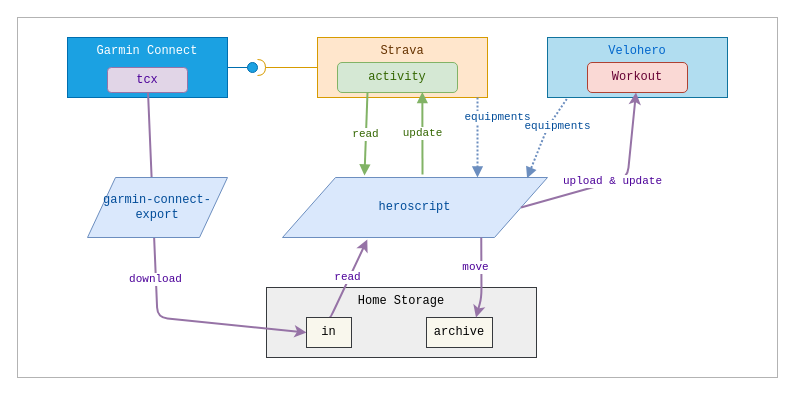
Above: design/Diagram.drawio in chs8691/heroscript (draw.io), before the change. Source tidied: cells renumbered, new cells numbered last; positions are measured from the earlier drawing's top-left corner, leaving out a move shared by most shapes. Both pictures are drawn from the tidied source at 100%, with x=0, y=0 at pixel (17, 17).
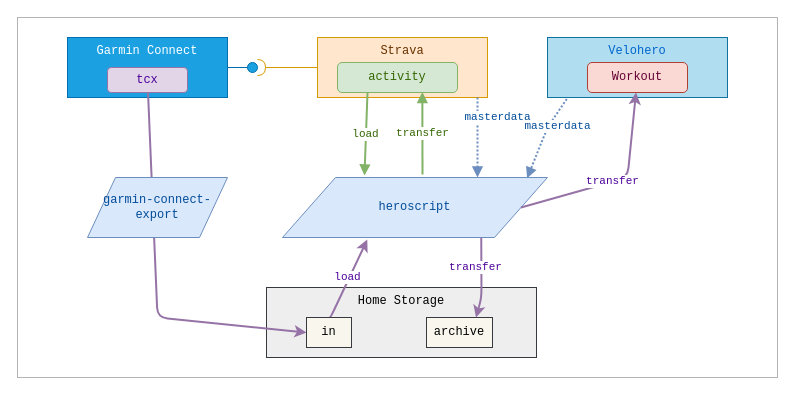
The same diagram, later.

Commit message (it also covers changes not shown here):
commands diagram added

Unchanged cells that the change refers to:
```xml
<mxCell id="5" value="Velohero" style="rounded=0;whiteSpace=wrap;html=1;verticalAlign=top;fillColor=#b1ddf0;strokeColor=#10739e;fontColor=#0066CC;fontFamily=Courier New;" parent="1" vertex="1">
  <mxGeometry x="530" y="20" width="180" height="60" as="geometry" />
</mxCell>
<mxCell id="11" value="heroscript" style="shape=parallelogram;perimeter=parallelogramPerimeter;whiteSpace=wrap;html=1;fillColor=#dae8fc;strokeColor=#6c8ebf;fontColor=#004C99;fontFamily=Courier New;" parent="1" vertex="1">
  <mxGeometry x="265" y="160" width="265" height="60" as="geometry" />
</mxCell>
<mxCell id="17" value="activity" style="rounded=1;whiteSpace=wrap;html=1;fontFamily=Courier New;fillColor=#d5e8d4;strokeColor=#82b366;fontColor=#336600;" parent="1" vertex="1">
  <mxGeometry x="320" y="45" width="120" height="30" as="geometry" />
</mxCell>
<mxCell id="19" value="tcx" style="rounded=1;whiteSpace=wrap;html=1;fontFamily=Courier New;fillColor=#e1d5e7;strokeColor=#9673a6;fontColor=#4C0099;" parent="1" vertex="1">
  <mxGeometry x="90" y="50" width="80" height="25" as="geometry" />
</mxCell>
<mxCell id="21" value="in" style="rounded=0;whiteSpace=wrap;html=1;fontFamily=Courier New;fillColor=#f9f7ed;strokeColor=#36393d;" parent="1" vertex="1">
  <mxGeometry x="289" y="300" width="45" height="30" as="geometry" />
</mxCell>
<mxCell id="22" value="archive" style="rounded=0;whiteSpace=wrap;html=1;fontFamily=Courier New;fillColor=#f9f7ed;strokeColor=#36393d;" parent="1" vertex="1">
  <mxGeometry x="409" y="300" width="66" height="30" as="geometry" />
</mxCell>
<mxCell id="25" value="Workout" style="rounded=1;whiteSpace=wrap;html=1;fontFamily=Courier New;fillColor=#fad9d5;strokeColor=#ae4132;fontColor=#660033;" parent="1" vertex="1">
  <mxGeometry x="570" y="45" width="100" height="30" as="geometry" />
</mxCell>
```

Diff of the diagram source:
```diff
@@
-    <mxCell id="12" value="download" style="endArrow=classic;html=1;fontColor=#4C0099;fillColor=#e1d5e7;strokeColor=#9673a6;strokeWidth=2;entryX=0;entryY=0.5;entryDx=0;entryDy=0;fontFamily=Courier New;" parent="1" edge="1" source="19" target="21">
+    <mxCell id="12" style="endArrow=classic;html=1;fontColor=#4C0099;fillColor=#e1d5e7;strokeColor=#9673a6;strokeWidth=2;entryX=0;entryY=0.5;entryDx=0;entryDy=0;fontFamily=Courier New;" parent="1" edge="1" source="19" target="21">
       <mxGeometry relative="1" as="geometry">
         <Array as="points">
           <mxPoint x="140" y="300" />
         </Array>
       </mxGeometry>
     </mxCell>
@@
-    <mxCell id="14" value="read" style="endArrow=block;html=1;fontColor=#336600;fillColor=#d5e8d4;strokeColor=#82B366;strokeWidth=2;endFill=1;fontFamily=Courier New;exitX=0.25;exitY=1;exitDx=0;exitDy=0;" parent="1" edge="1" source="17">
+    <mxCell id="14" value="load" style="endArrow=block;html=1;fontColor=#336600;fillColor=#d5e8d4;strokeColor=#82B366;strokeWidth=2;endFill=1;fontFamily=Courier New;exitX=0.25;exitY=1;exitDx=0;exitDy=0;" parent="1" edge="1" source="17">
       <mxGeometry relative="1" as="geometry">
         <mxPoint x="347" y="158" as="targetPoint" />
       </mxGeometry>
     </mxCell>
-    <mxCell id="15" value="equipments" style="endArrow=block;html=1;entryX=0.5;entryY=0;entryDx=0;entryDy=0;exitX=0.5;exitY=1;exitDx=0;exitDy=0;fontColor=#004C99;fillColor=#dae8fc;strokeColor=#6c8ebf;strokeWidth=2;endFill=1;fontFamily=Courier New;dashed=1;dashPattern=1 1;" parent="1" edge="1">
+    <mxCell id="15" value="masterdata" style="endArrow=block;html=1;entryX=0.5;entryY=0;entryDx=0;entryDy=0;exitX=0.5;exitY=1;exitDx=0;exitDy=0;fontColor=#004C99;fillColor=#dae8fc;strokeColor=#6c8ebf;strokeWidth=2;endFill=1;fontFamily=Courier New;dashed=1;dashPattern=1 1;" parent="1" edge="1">
       <mxGeometry x="-0.5" y="20" relative="1" as="geometry">
         <mxPoint x="460" y="80" as="sourcePoint" />
         <mxPoint x="460" y="160" as="targetPoint" />
       </mxGeometry>
     </mxCell>
-    <mxCell id="16" value="equipments" style="endArrow=block;html=1;entryX=0.923;entryY=0.012;entryDx=0;entryDy=0;exitX=0.107;exitY=1.024;exitDx=0;exitDy=0;fontColor=#004C99;fillColor=#dae8fc;strokeColor=#6c8ebf;strokeWidth=2;endFill=1;fontFamily=Courier New;dashed=1;dashPattern=1 1;exitPerimeter=0;entryPerimeter=0;" parent="1" edge="1" source="5" target="11">
+    <mxCell id="16" value="masterdata" style="endArrow=block;html=1;entryX=0.923;entryY=0.012;entryDx=0;entryDy=0;exitX=0.107;exitY=1.024;exitDx=0;exitDy=0;fontColor=#004C99;fillColor=#dae8fc;strokeColor=#6c8ebf;strokeWidth=2;endFill=1;fontFamily=Courier New;dashed=1;dashPattern=1 1;exitPerimeter=0;entryPerimeter=0;" parent="1" edge="1" source="5" target="11">
       <mxGeometry x="-0.23" y="10" relative="1" as="geometry">
         <Array as="points">
           <mxPoint x="530" y="110" />
         </Array>
         <mxPoint x="1" y="-4" as="offset" />
       </mxGeometry>
     </mxCell>
@@
-    <mxCell id="18" value="update" style="endArrow=block;html=1;fontColor=#336600;fillColor=#d5e8d4;strokeColor=#82B366;strokeWidth=2;endFill=1;fontFamily=Courier New;entryX=0.707;entryY=0.984;entryDx=0;entryDy=0;entryPerimeter=0;" parent="1" edge="1" target="17">
+    <mxCell id="18" value="transfer" style="endArrow=block;html=1;fontColor=#336600;fillColor=#d5e8d4;strokeColor=#82B366;strokeWidth=2;endFill=1;fontFamily=Courier New;entryX=0.707;entryY=0.984;entryDx=0;entryDy=0;entryPerimeter=0;" parent="1" edge="1" target="17">
       <mxGeometry relative="1" as="geometry">
         <mxPoint x="405" y="157" as="sourcePoint" />
       </mxGeometry>
     </mxCell>
@@
-    <mxCell id="20" value="read" style="endArrow=classic;html=1;fontColor=#4C0099;fillColor=#e1d5e7;strokeColor=#9673a6;strokeWidth=2;exitX=0.5;exitY=0;exitDx=0;exitDy=0;entryX=0.32;entryY=1.035;entryDx=0;entryDy=0;entryPerimeter=0;fontFamily=Courier New;" parent="1" edge="1" source="21" target="11">
+    <mxCell id="20" value="load" style="endArrow=classic;html=1;fontColor=#4C0099;fillColor=#e1d5e7;strokeColor=#9673a6;strokeWidth=2;exitX=0.5;exitY=0;exitDx=0;exitDy=0;entryX=0.32;entryY=1.035;entryDx=0;entryDy=0;entryPerimeter=0;fontFamily=Courier New;" parent="1" edge="1" source="21" target="11">
       <mxGeometry x="0.03" y="2" relative="1" as="geometry">
         <Array as="points">
           <mxPoint x="313" y="300" />
         </Array>
       </mxGeometry>
     </mxCell>
@@
-    <mxCell id="23" value="upload &amp;amp; update" style="endArrow=classic;html=1;fontColor=#4C0099;fillColor=#e1d5e7;strokeColor=#9673a6;strokeWidth=2;exitX=1;exitY=0.5;exitDx=0;exitDy=0;fontFamily=Courier New;" parent="1" edge="1" source="11" target="25">
+    <mxCell id="23" value="transfer" style="endArrow=classic;html=1;fontColor=#4C0099;fillColor=#e1d5e7;strokeColor=#9673a6;strokeWidth=2;exitX=1;exitY=0.5;exitDx=0;exitDy=0;fontFamily=Courier New;" parent="1" edge="1" source="11" target="25">
       <mxGeometry x="-0.03" relative="1" as="geometry">
         <Array as="points">
           <mxPoint x="610" y="160" />
         </Array>
       </mxGeometry>
     </mxCell>
-    <mxCell id="24" value="move" style="endArrow=classic;html=1;fontColor=#4C0099;fillColor=#e1d5e7;strokeColor=#9673a6;strokeWidth=2;exitX=0.75;exitY=1;exitDx=0;exitDy=0;entryX=0.75;entryY=0;entryDx=0;entryDy=0;fontFamily=Courier New;" parent="1" edge="1" source="11" target="22">
+    <mxCell id="24" value="transfer" style="endArrow=classic;html=1;fontColor=#4C0099;fillColor=#e1d5e7;strokeColor=#9673a6;strokeWidth=2;exitX=0.75;exitY=1;exitDx=0;exitDy=0;entryX=0.75;entryY=0;entryDx=0;entryDy=0;fontFamily=Courier New;" parent="1" edge="1" source="11" target="22">
       <mxGeometry x="0.49" y="-30" relative="1" as="geometry">
         <Array as="points">
           <mxPoint x="464" y="280" />
         </Array>
         <mxPoint x="23" y="-22" as="offset" />
       </mxGeometry>
     </mxCell>
```
